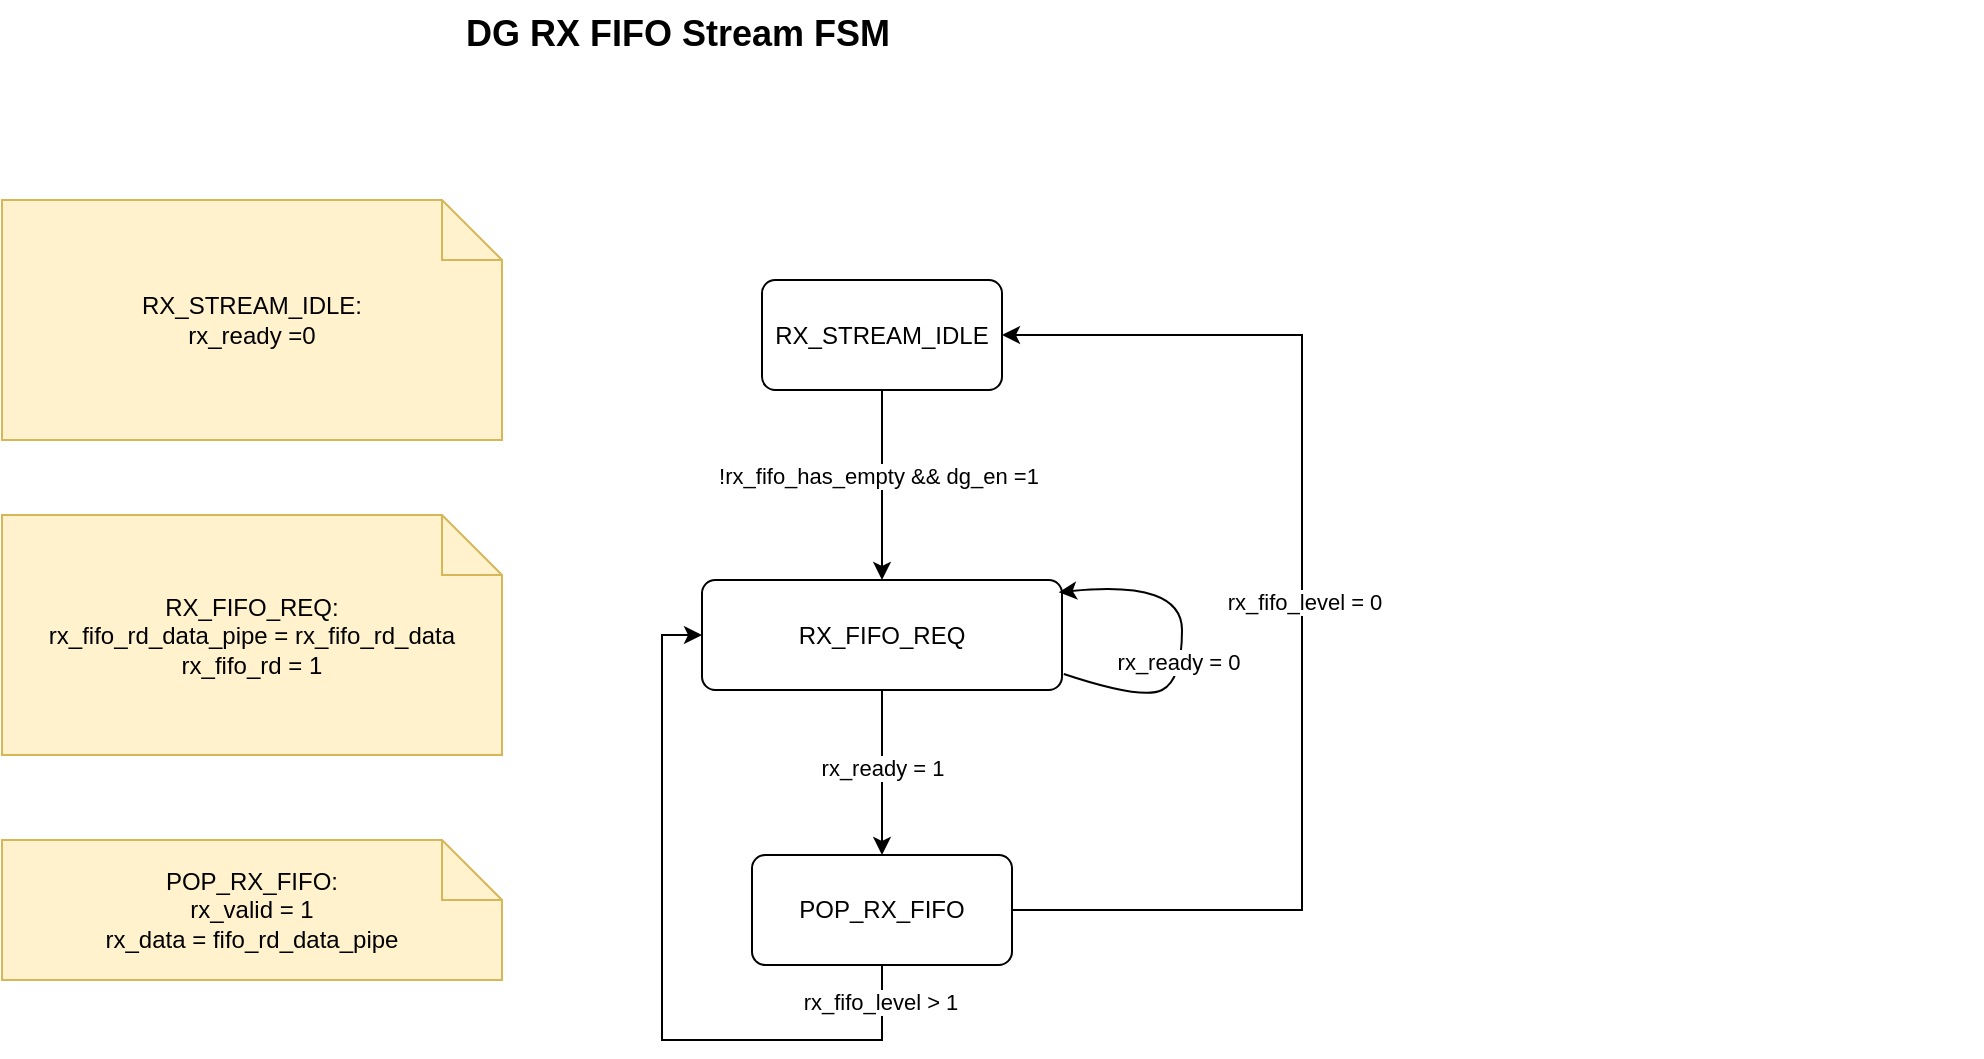
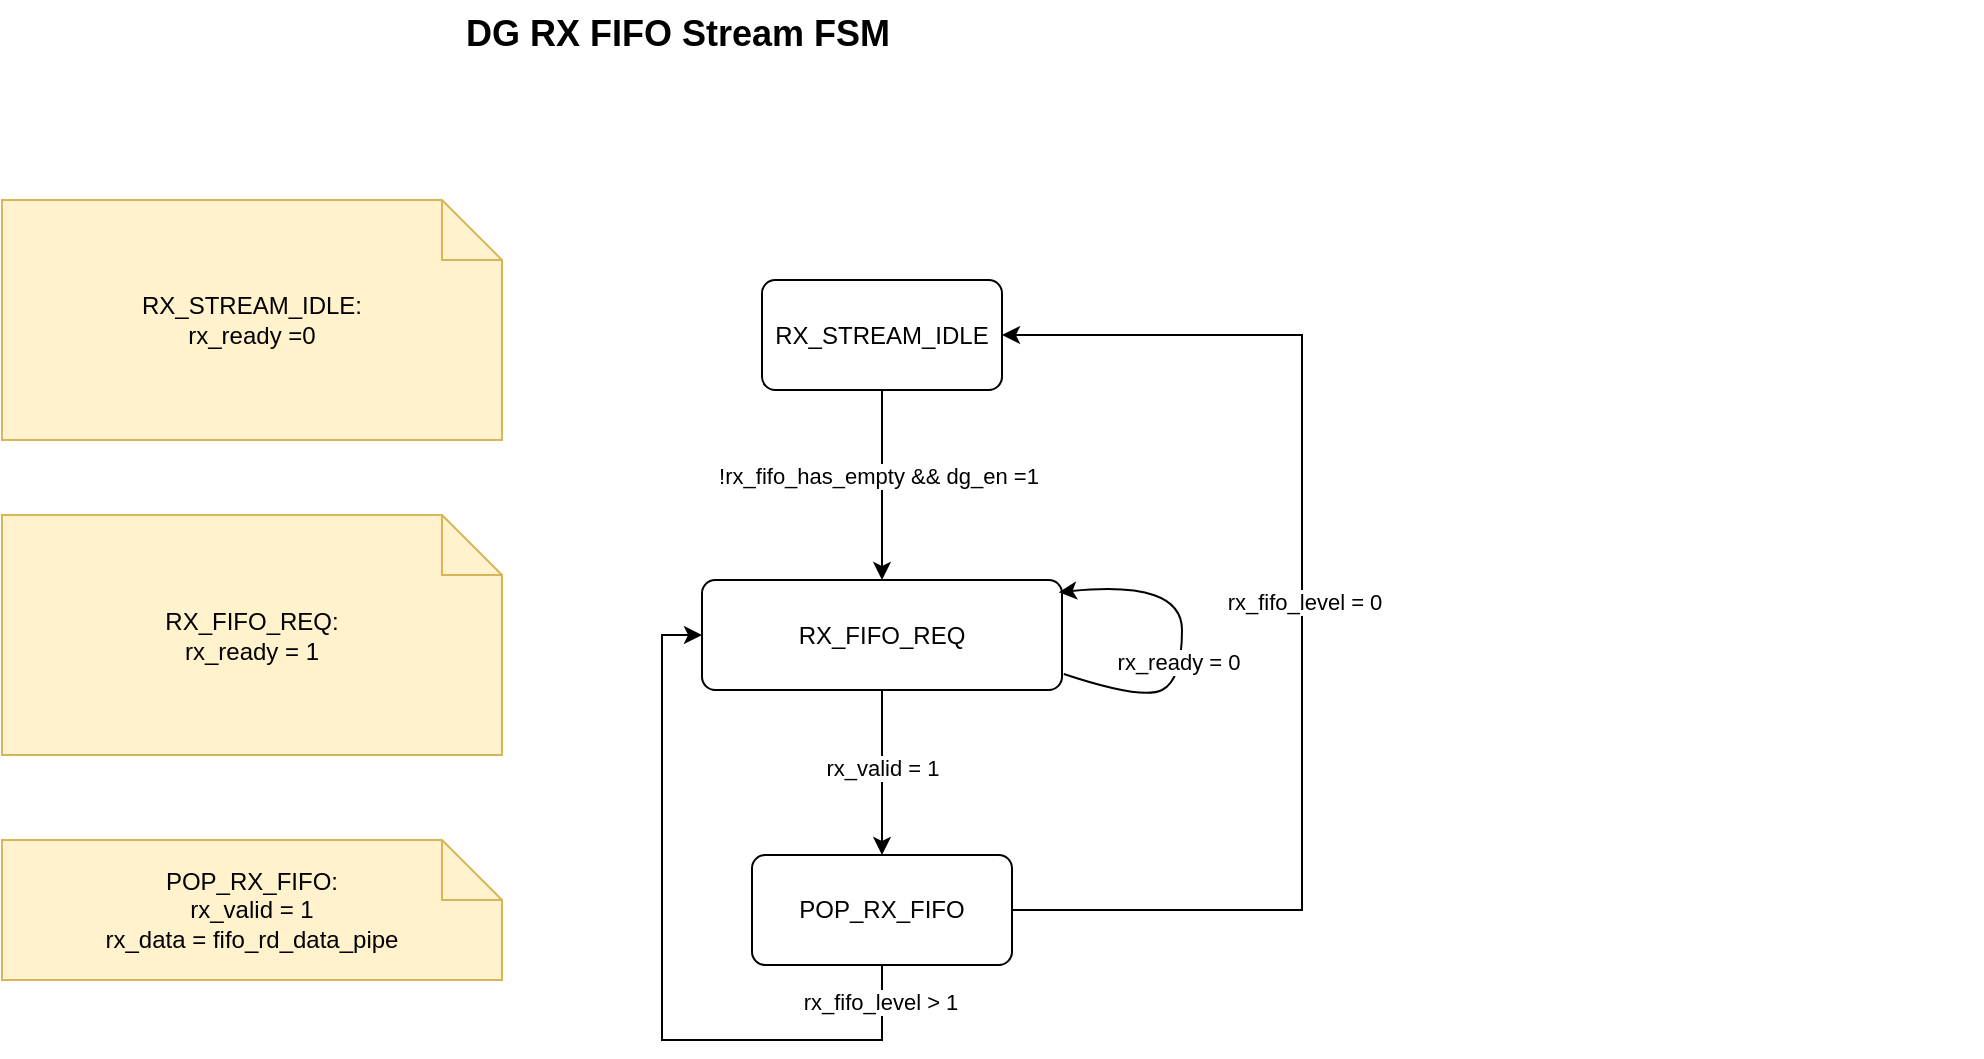
<mxfile host="app.diagrams.net">
  <diagram name="第 1 页" id="1fRNLwPgRf_CtldP1hrz">
    <mxGraphModel dx="-981" dy="380" grid="1" gridSize="10" guides="1" tooltips="1" connect="1" arrows="1" fold="1" page="1" pageScale="1" pageWidth="827" pageHeight="1169" math="0" shadow="0">
      <root>
        <mxCell id="0" />
        <mxCell id="1" parent="0" />
        <mxCell id="M1j7goV4bkzS5Lg1R7Bt-28" parent="1" style="text;html=1;strokeColor=none;fillColor=none;fontSize=18;fontStyle=1;" value="DG RX FIFO Stream FSM&amp;nbsp;&amp;nbsp;" vertex="1">
          <mxGeometry height="40" width="760" x="2040" y="130" as="geometry" />
        </mxCell>
        <mxCell id="M1j7goV4bkzS5Lg1R7Bt-29" parent="1" style="rounded=1;whiteSpace=wrap;html=1;arcSize=12;fillColor=#ffffff;strokeColor=#000000;" value="RX_STREAM_IDLE" vertex="1">
          <mxGeometry height="55" width="120" x="2190" y="270" as="geometry" />
        </mxCell>
        <mxCell id="M1j7goV4bkzS5Lg1R7Bt-30" parent="1" style="rounded=1;whiteSpace=wrap;html=1;arcSize=12;fillColor=#ffffff;strokeColor=#000000;" value="RX_FIFO_REQ" vertex="1">
          <mxGeometry height="55" width="180" x="2160" y="420" as="geometry" />
        </mxCell>
        <mxCell id="M1j7goV4bkzS5Lg1R7Bt-31" edge="1" parent="1" source="M1j7goV4bkzS5Lg1R7Bt-29" style="endArrow=classic;html=1;rounded=0;exitX=0.5;exitY=1;exitDx=0;exitDy=0;entryX=0.5;entryY=0;entryDx=0;entryDy=0;" target="M1j7goV4bkzS5Lg1R7Bt-30" value="">
          <mxGeometry height="50" relative="1" width="50" as="geometry">
            <mxPoint x="2270" y="390" as="sourcePoint" />
            <mxPoint x="2320" y="340" as="targetPoint" />
          </mxGeometry>
        </mxCell>
        <mxCell id="M1j7goV4bkzS5Lg1R7Bt-32" connectable="0" parent="M1j7goV4bkzS5Lg1R7Bt-31" style="edgeLabel;html=1;align=center;verticalAlign=middle;resizable=0;points=[];" value="!rx_fifo_has_empty &amp;amp;&amp;amp; dg_en =1" vertex="1">
          <mxGeometry relative="1" x="-0.0927" y="-2" as="geometry">
            <mxPoint as="offset" />
          </mxGeometry>
        </mxCell>
-         <mxCell id="M1j7goV4bkzS5Lg1R7Bt-33" parent="1" style="shape=note;whiteSpace=wrap;html=1;fillColor=#fff2cc;strokeColor=#d6b656;" value="RX_FIFO_REQ:&lt;div&gt;rx_fifo_rd_data_pipe = rx_fifo_rd_data&lt;br&gt;&lt;/div&gt;&lt;div&gt;rx_fifo_rd = 1&lt;/div&gt;" vertex="1">
+         <mxCell id="M1j7goV4bkzS5Lg1R7Bt-33" parent="1" style="shape=note;whiteSpace=wrap;html=1;fillColor=#fff2cc;strokeColor=#d6b656;" value="RX_FIFO_REQ:&lt;div&gt;r&lt;span style=&quot;background-color: transparent;&quot;&gt;x_ready = 1&lt;/span&gt;&lt;br&gt;&lt;/div&gt;" vertex="1">
          <mxGeometry height="120" width="250" x="1810" y="387.5" as="geometry" />
        </mxCell>
        <mxCell id="M1j7goV4bkzS5Lg1R7Bt-34" parent="1" style="rounded=1;whiteSpace=wrap;html=1;arcSize=12;fillColor=#ffffff;strokeColor=#000000;" value="POP_RX_FIFO" vertex="1">
          <mxGeometry height="55" width="130" x="2185" y="557.5" as="geometry" />
        </mxCell>
        <mxCell id="M1j7goV4bkzS5Lg1R7Bt-35" edge="1" parent="1" source="M1j7goV4bkzS5Lg1R7Bt-30" style="endArrow=classic;html=1;rounded=0;exitX=0.5;exitY=1;exitDx=0;exitDy=0;entryX=0.5;entryY=0;entryDx=0;entryDy=0;" target="M1j7goV4bkzS5Lg1R7Bt-34" value="">
          <mxGeometry height="50" relative="1" width="50" as="geometry">
            <mxPoint x="2260" y="540" as="sourcePoint" />
            <mxPoint x="2310" y="490" as="targetPoint" />
          </mxGeometry>
        </mxCell>
-         <mxCell id="M1j7goV4bkzS5Lg1R7Bt-36" connectable="0" parent="M1j7goV4bkzS5Lg1R7Bt-35" style="edgeLabel;html=1;align=center;verticalAlign=middle;resizable=0;points=[];" value="rx_ready = 1" vertex="1">
+         <mxCell id="M1j7goV4bkzS5Lg1R7Bt-36" connectable="0" parent="M1j7goV4bkzS5Lg1R7Bt-35" style="edgeLabel;html=1;align=center;verticalAlign=middle;resizable=0;points=[];" value="rx_valid = 1" vertex="1">
          <mxGeometry relative="1" x="-0.0537" as="geometry">
            <mxPoint as="offset" />
          </mxGeometry>
        </mxCell>
        <mxCell id="M1j7goV4bkzS5Lg1R7Bt-37" parent="1" style="shape=note;whiteSpace=wrap;html=1;fillColor=#fff2cc;strokeColor=#d6b656;" value="POP_RX_FIFO:&lt;div&gt;rx_valid = 1&lt;/div&gt;&lt;div&gt;rx_data = fifo_rd_data_pipe&lt;/div&gt;" vertex="1">
          <mxGeometry height="70" width="250" x="1810" y="550" as="geometry" />
        </mxCell>
        <mxCell id="M1j7goV4bkzS5Lg1R7Bt-38" parent="1" style="shape=note;whiteSpace=wrap;html=1;fillColor=#fff2cc;strokeColor=#d6b656;" value="RX_STREAM_IDLE:&lt;div&gt;rx_ready =0&lt;/div&gt;" vertex="1">
          <mxGeometry height="120" width="250" x="1810" y="230" as="geometry" />
        </mxCell>
        <mxCell id="M1j7goV4bkzS5Lg1R7Bt-39" edge="1" parent="1" source="M1j7goV4bkzS5Lg1R7Bt-34" style="endArrow=classic;html=1;rounded=0;exitX=0.5;exitY=1;exitDx=0;exitDy=0;entryX=0;entryY=0.5;entryDx=0;entryDy=0;edgeStyle=orthogonalEdgeStyle;" target="M1j7goV4bkzS5Lg1R7Bt-30" value="">
          <mxGeometry height="50" relative="1" width="50" as="geometry">
            <Array as="points">
              <mxPoint x="2250" y="650" />
              <mxPoint x="2140" y="650" />
              <mxPoint x="2140" y="448" />
            </Array>
            <mxPoint x="2440" y="550" as="sourcePoint" />
            <mxPoint x="2490" y="500" as="targetPoint" />
          </mxGeometry>
        </mxCell>
        <mxCell id="M1j7goV4bkzS5Lg1R7Bt-40" connectable="0" parent="M1j7goV4bkzS5Lg1R7Bt-39" style="edgeLabel;html=1;align=center;verticalAlign=middle;resizable=0;points=[];" value="rx_fifo_level &amp;gt; 1" vertex="1">
          <mxGeometry relative="1" x="-0.9016" y="-1" as="geometry">
            <mxPoint as="offset" />
          </mxGeometry>
        </mxCell>
        <mxCell id="M1j7goV4bkzS5Lg1R7Bt-41" edge="1" parent="1" source="M1j7goV4bkzS5Lg1R7Bt-34" style="endArrow=classic;html=1;rounded=0;exitX=1;exitY=0.5;exitDx=0;exitDy=0;entryX=1;entryY=0.5;entryDx=0;entryDy=0;edgeStyle=orthogonalEdgeStyle;" target="M1j7goV4bkzS5Lg1R7Bt-29" value="">
          <mxGeometry height="50" relative="1" width="50" as="geometry">
            <Array as="points">
              <mxPoint x="2460" y="585" />
              <mxPoint x="2460" y="298" />
            </Array>
            <mxPoint x="2400" y="580" as="sourcePoint" />
            <mxPoint x="2450" y="530" as="targetPoint" />
          </mxGeometry>
        </mxCell>
        <mxCell id="M1j7goV4bkzS5Lg1R7Bt-42" connectable="0" parent="M1j7goV4bkzS5Lg1R7Bt-41" style="edgeLabel;html=1;align=center;verticalAlign=middle;resizable=0;points=[];" value="rx_fifo_level = 0" vertex="1">
          <mxGeometry relative="1" x="0.0267" y="-1" as="geometry">
            <mxPoint as="offset" />
          </mxGeometry>
        </mxCell>
        <mxCell id="M1j7goV4bkzS5Lg1R7Bt-55" edge="1" parent="1" source="M1j7goV4bkzS5Lg1R7Bt-30" style="curved=1;endArrow=classic;html=1;rounded=0;entryX=0.991;entryY=0.112;entryDx=0;entryDy=0;exitX=1.005;exitY=0.854;exitDx=0;exitDy=0;exitPerimeter=0;entryPerimeter=0;" target="M1j7goV4bkzS5Lg1R7Bt-30" value="">
          <mxGeometry height="50" relative="1" width="50" as="geometry">
            <Array as="points">
              <mxPoint x="2380" y="480" />
              <mxPoint x="2400" y="470" />
              <mxPoint x="2400" y="420" />
            </Array>
            <mxPoint x="2350" y="540" as="sourcePoint" />
            <mxPoint x="2400" y="490" as="targetPoint" />
          </mxGeometry>
        </mxCell>
        <mxCell id="M1j7goV4bkzS5Lg1R7Bt-56" connectable="0" parent="M1j7goV4bkzS5Lg1R7Bt-55" style="edgeLabel;html=1;align=center;verticalAlign=middle;resizable=0;points=[];" value="rx_ready = 0" vertex="1">
          <mxGeometry relative="1" x="-0.1698" y="2" as="geometry">
            <mxPoint as="offset" />
          </mxGeometry>
        </mxCell>
      </root>
    </mxGraphModel>
  </diagram>
</mxfile>
